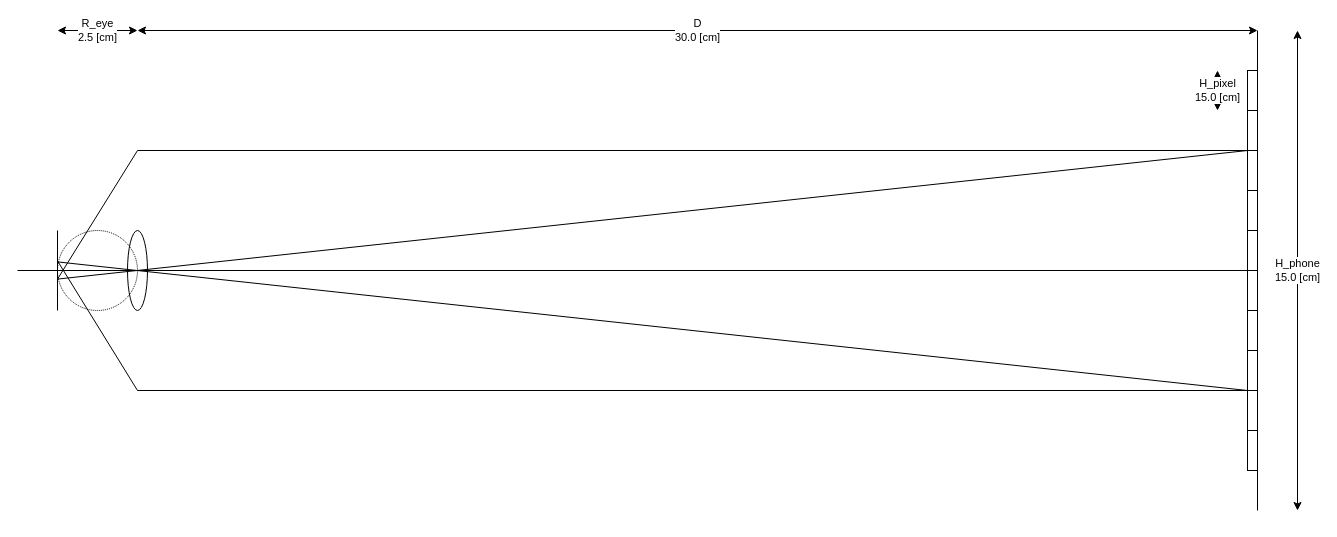
The draw.io diagram opt.drawio in ctsutake/opt, before the edit. Source tidied: cells renumbered, new cells numbered last; positions are measured from the earlier drawing's top-left corner, leaving out a move shared by most shapes. Both pictures are drawn from the tidied source at 100%, with x=0, y=0 at pixel (17, 30).
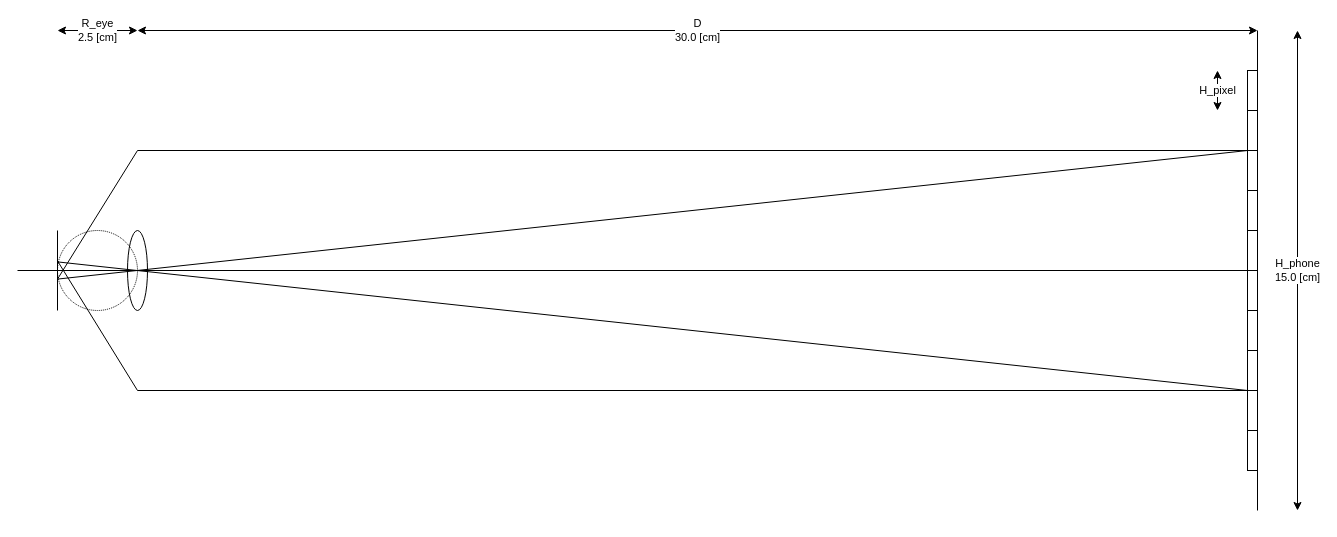
The same page after the edit.

Change to the diagram source:
```diff
@@
-    <mxCell id="12" value="H_pixel&lt;br&gt;15.0 [cm]" style="endArrow=classic;startArrow=classic;html=1;strokeColor=#000000;strokeWidth=1;" parent="1" edge="1">
+    <mxCell id="12" value="H_pixel" style="endArrow=classic;startArrow=classic;html=1;strokeColor=#000000;strokeWidth=1;" parent="1" edge="1">
       <mxGeometry relative="1" as="geometry">
         <mxPoint x="1200" y="80" as="sourcePoint" />
         <mxPoint x="1200" y="40" as="targetPoint" />
       </mxGeometry>
     </mxCell>
```
